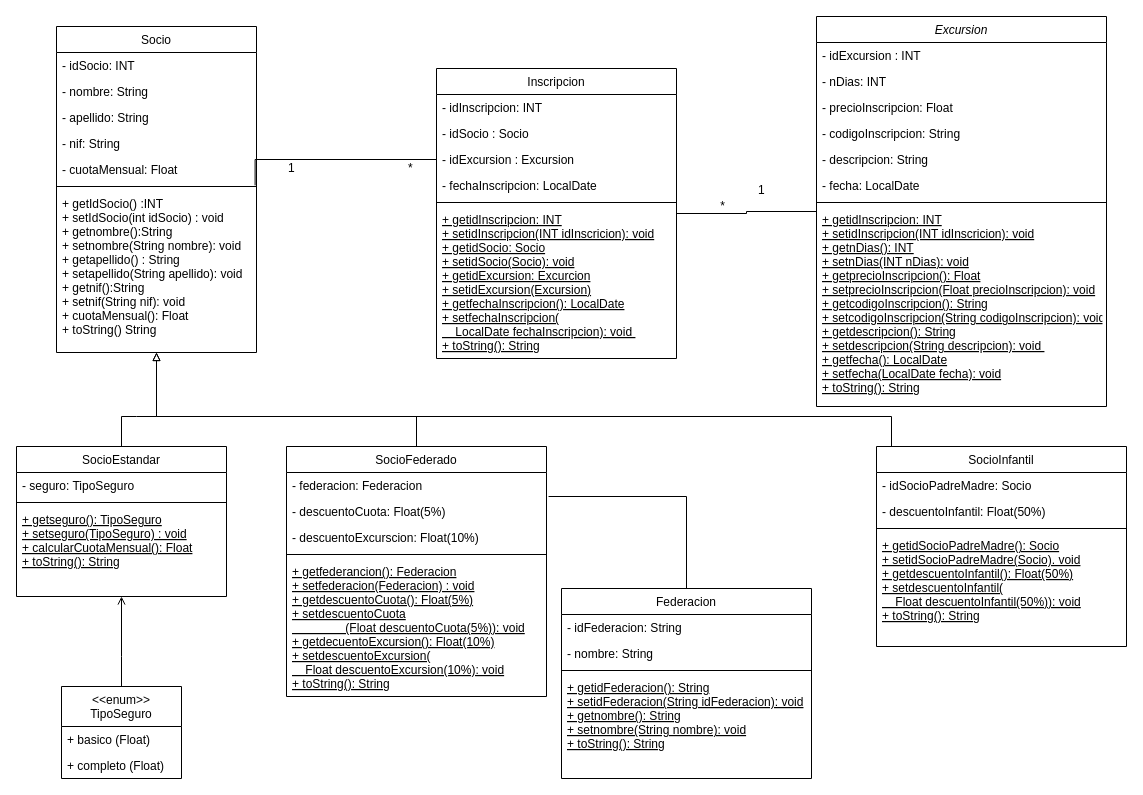
The draw.io diagram Diagrama -Diego/Diagrama sin título.drawio in dadd86/The-Javengers---IntellJ, before the edit. Source tidied: cells renumbered, new cells numbered last; positions are measured from the earlier drawing's top-left corner, leaving out a move shared by most shapes. Both pictures are drawn from the tidied source at 100%, with x=0, y=0 at pixel (16, 16).
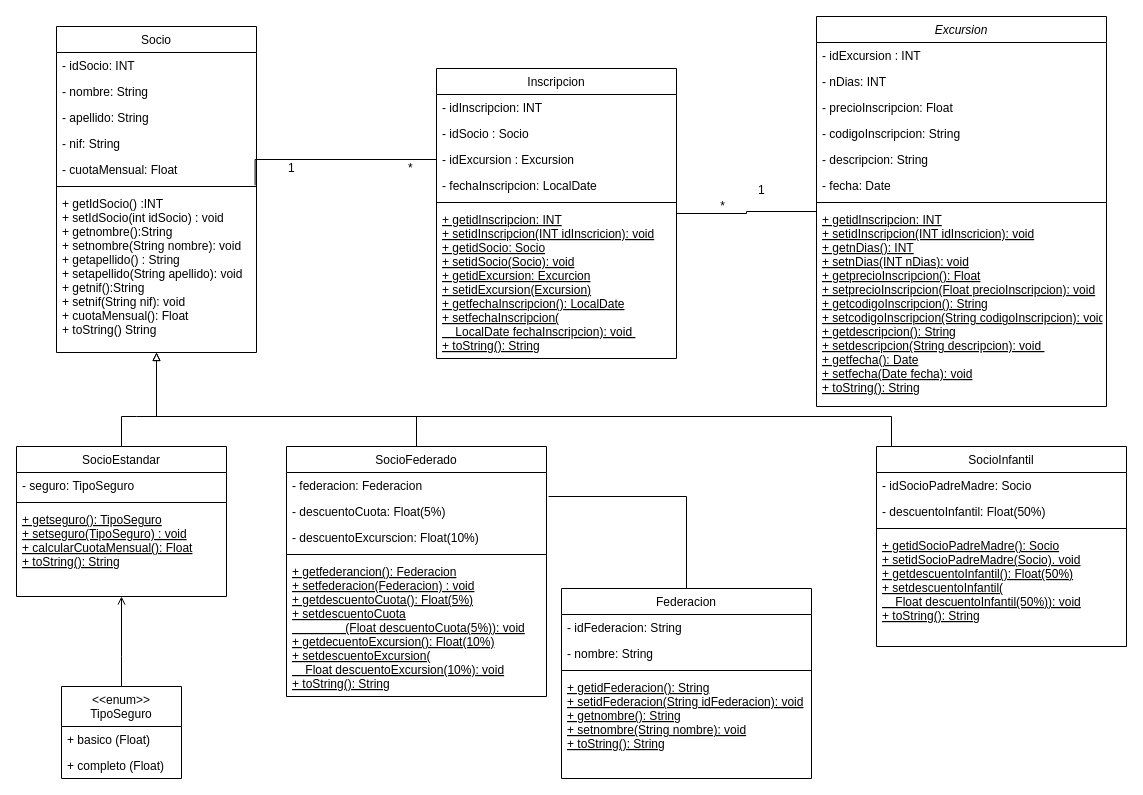
After the change.

The change refers to these unchanged cells:
```xml
<mxCell id="2" value="Excursion&#10;" style="swimlane;fontStyle=2;align=center;verticalAlign=top;horizontal=1;startSize=26;rounded=0;shadow=0;strokeWidth=1;" parent="1" vertex="1">
  <mxGeometry x="800" width="290" height="390" as="geometry" />
</mxCell>
```

What changed in the source:
```diff
@@
-    <mxCell id="8" value="- fecha: LocalDate" style="text;align=left;verticalAlign=top;spacingLeft=4;spacingRight=4;overflow=hidden;rounded=0;shadow=0;html=0;" parent="2" vertex="1">
+    <mxCell id="8" value="- fecha: Date" style="text;align=left;verticalAlign=top;spacingLeft=4;spacingRight=4;overflow=hidden;rounded=0;shadow=0;html=0;" parent="2" vertex="1">
       <mxGeometry y="156" width="290" height="26" as="geometry" />
     </mxCell>
@@
-    <mxCell id="10" value="+ getidInscripcion: INT&#10;+ setidInscripcion(INT idInscricion): void&#10;+ getnDias(): INT&#10;+ setnDias(INT nDias): void&#10;+ getprecioInscripcion(): Float&#10;+ setprecioInscripcion(Float precioInscripcion): void&#10;+ getcodigoInscripcion(): String&#10;+ setcodigoInscripcion(String codigoInscripcion): void&#10;+ getdescripcion(): String&#10;+ setdescripcion(String descripcion): void &#10;+ getfecha(): LocalDate&#10;+ setfecha(LocalDate fecha): void&#10;+ toString(): String&#10;" style="text;align=left;verticalAlign=top;spacingLeft=4;spacingRight=4;overflow=hidden;fontStyle=4;" parent="2" vertex="1">
+    <mxCell id="10" value="+ getidInscripcion: INT&#10;+ setidInscripcion(INT idInscricion): void&#10;+ getnDias(): INT&#10;+ setnDias(INT nDias): void&#10;+ getprecioInscripcion(): Float&#10;+ setprecioInscripcion(Float precioInscripcion): void&#10;+ getcodigoInscripcion(): String&#10;+ setcodigoInscripcion(String codigoInscripcion): void&#10;+ getdescripcion(): String&#10;+ setdescripcion(String descripcion): void &#10;+ getfecha(): Date&#10;+ setfecha(Date fecha): void&#10;+ toString(): String&#10;" style="text;align=left;verticalAlign=top;spacingLeft=4;spacingRight=4;overflow=hidden;fontStyle=4;" parent="2" vertex="1">
       <mxGeometry y="190" width="290" height="190" as="geometry" />
     </mxCell>
```
